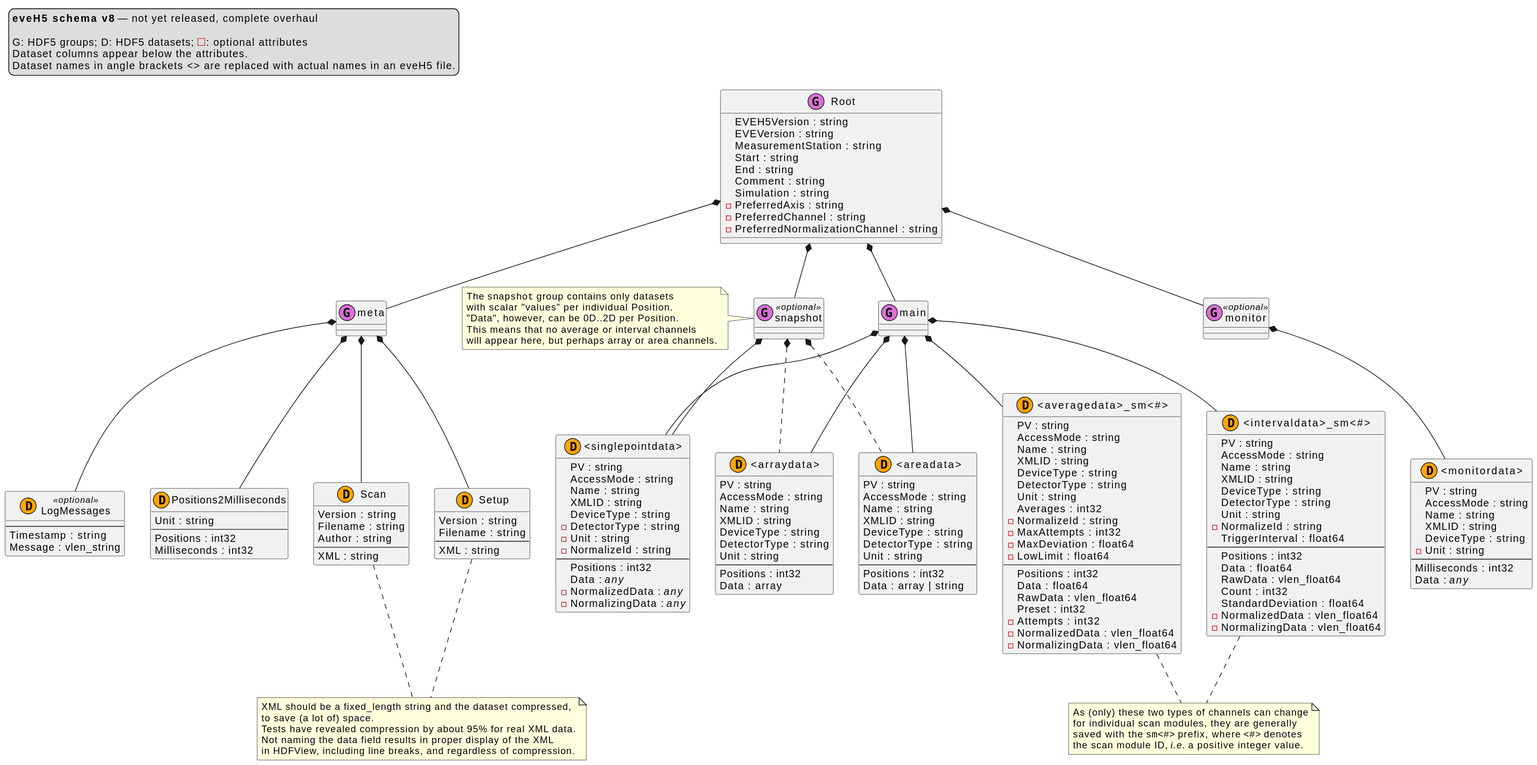
Above: docs/uml/eveh5-v8.svg in tillbiskup/evedata (PlantUML), before the change.
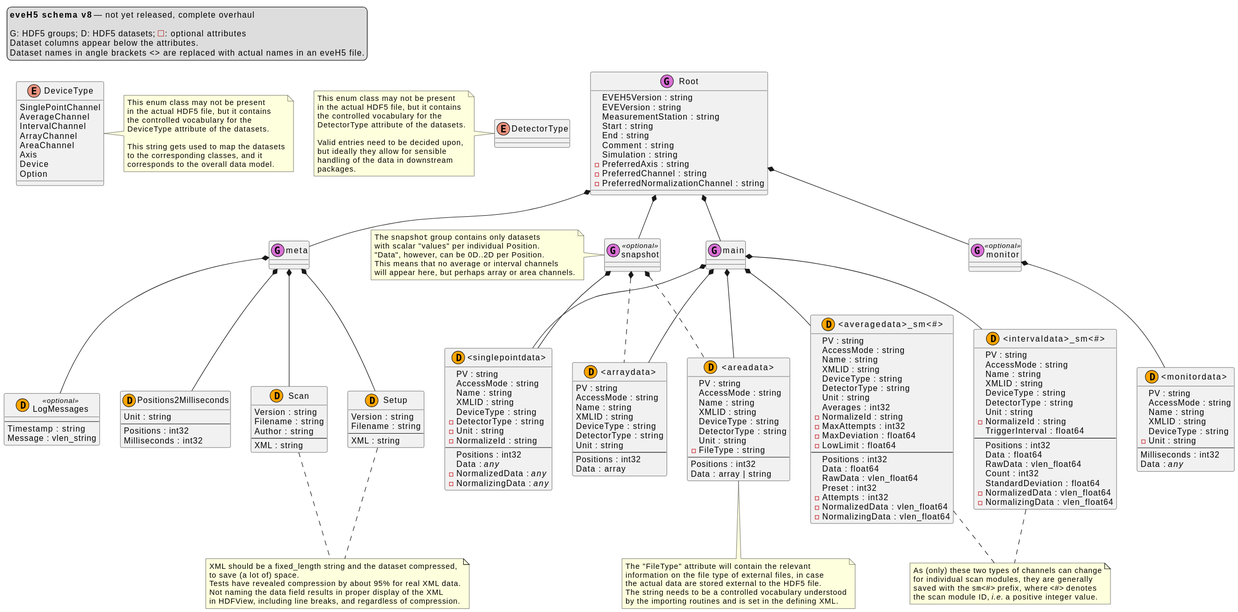
The same file after the commit.

Commit message:
Add enums and FileType property (the latter to areadata)

The edit, as a diff of the source:
```diff
@@ -25,6 +25,41 @@
 Root *-- main
 Root *-- snapshot
 Root *-- meta
+
+enum DeviceType {
+    SinglePointChannel
+    AverageChannel
+    IntervalChannel
+    ArrayChannel
+    AreaChannel
+    Axis
+    Device
+    Option
+}
+note right of DeviceType
+    This enum class may not be present
+    in the actual HDF5 file, but it contains
+    the controlled vocabulary for the
+    DeviceType attribute of the datasets.
+
+    This string gets used to map the datasets
+    to the corresponding classes, and it
+    corresponds to the overall data model.
+endnote
+
+enum DetectorType {
+}
+note left of DetectorType
+    This enum class may not be present
+    in the actual HDF5 file, but it contains
+    the controlled vocabulary for the
+    DetectorType attribute of the datasets.
+
+    Valid entries need to be decided upon,
+    but ideally they allow for sensible
+    handling of the data in downstream
+    packages.
+endnote
 
 class monitor << (G,orchid) >> <<optional>> {
 }
@@ -150,10 +185,19 @@
     DeviceType : string
     DetectorType : string
     Unit : string
+    - FileType : string
     --
     Positions : int32
     Data : array | string
 }
+
+note bottom of "<areadata>"
+    The "FileType" attribute will contain the relevant
+    information on the file type of external files, in case
+    the actual data are stored external to the HDF5 file.
+    The string needs to be a controlled vocabulary understood
+    by the importing routines and is set in the defining XML.
+endnote
 
 class Setup << (D,orange) >> {
     Version : string
```
